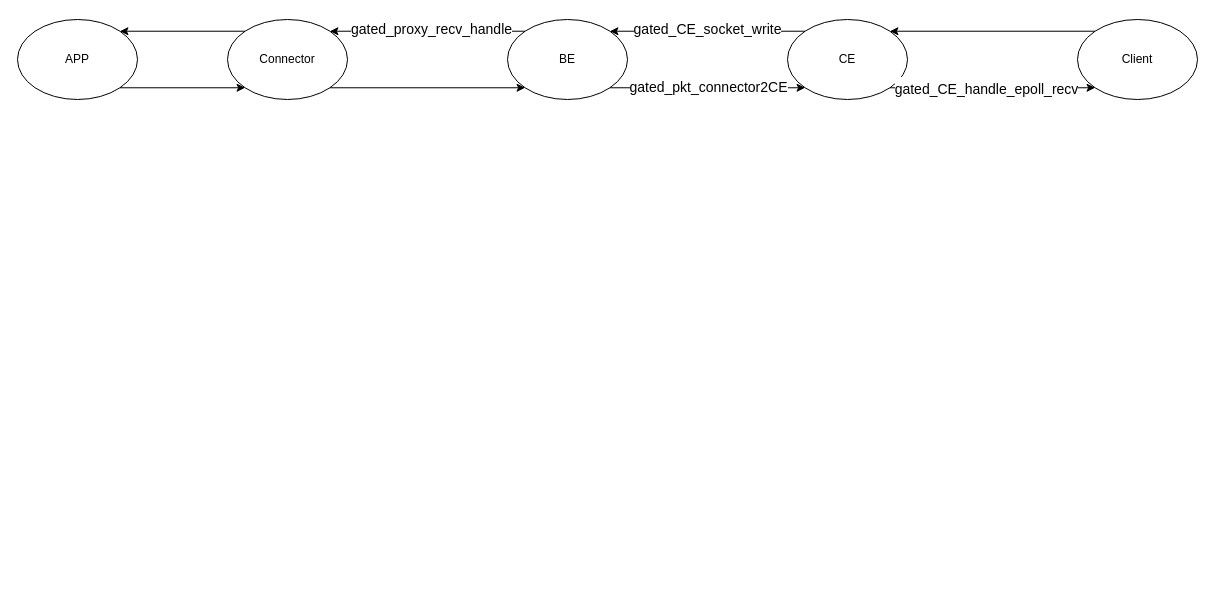
This is page "流程图" (1 of 2) of sase.drawio from jiafengjason/draw.io, a draw.io file, before an edit. Source tidied: cells renumbered, new cells numbered last; positions are measured from the earlier drawing's top-left corner, leaving out a move shared by most shapes. Both pictures are drawn from the tidied source at 100%, with x=0, y=0 at pixel (17, 19).
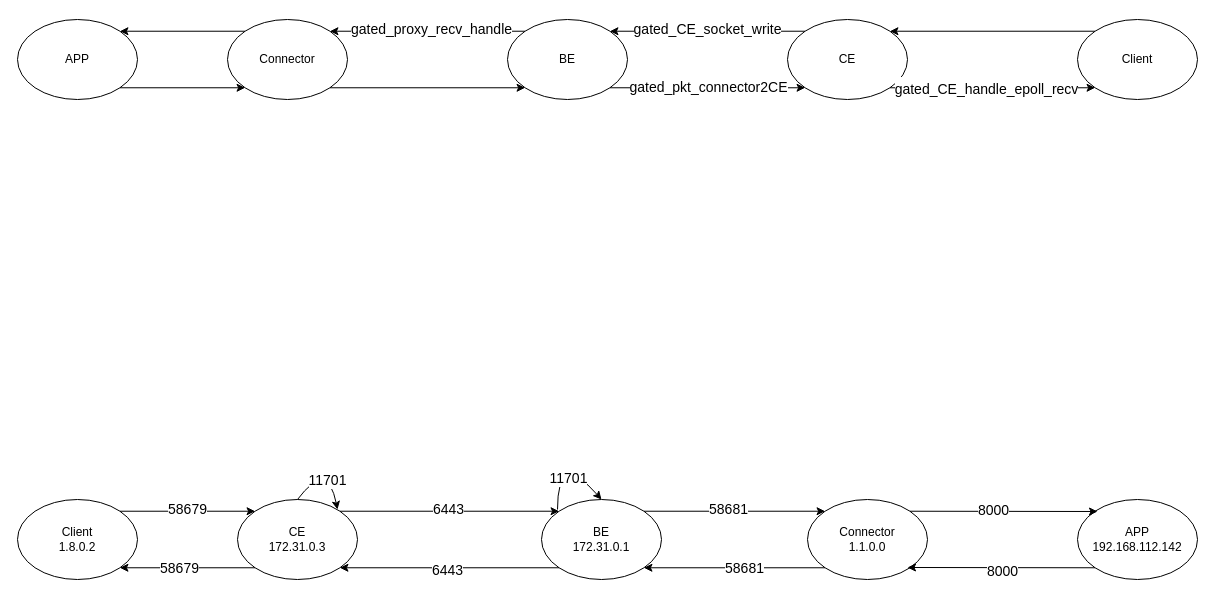
The same page after the edit.

The edit, as a diff of the source:
```diff
@@
+    <mxCell id="19" value="Connector&lt;br&gt;1.1.0.0" style="ellipse;whiteSpace=wrap;html=1;" parent="1" vertex="1">
+      <mxGeometry x="790" y="480" width="120" height="80" as="geometry" />
+    </mxCell>
+    <mxCell id="20" value="BE&lt;br&gt;172.31.0.1" style="ellipse;whiteSpace=wrap;html=1;" parent="1" vertex="1">
+      <mxGeometry x="524" y="480" width="120" height="80" as="geometry" />
+    </mxCell>
+    <mxCell id="21" value="CE&lt;br&gt;172.31.0.3" style="ellipse;whiteSpace=wrap;html=1;" parent="1" vertex="1">
+      <mxGeometry x="220" y="480" width="120" height="80" as="geometry" />
+    </mxCell>
+    <mxCell id="22" value="Client&lt;br&gt;1.8.0.2" style="ellipse;whiteSpace=wrap;html=1;" parent="1" vertex="1">
+      <mxGeometry y="480" width="120" height="80" as="geometry" />
+    </mxCell>
+    <mxCell id="23" value="APP&lt;br&gt;192.168.112.142" style="ellipse;whiteSpace=wrap;html=1;" parent="1" vertex="1">
+      <mxGeometry x="1060" y="480" width="120" height="80" as="geometry" />
+    </mxCell>
+    <mxCell id="24" style="endArrow=classic;html=1;rounded=0;exitX=1;exitY=0;exitDx=0;exitDy=0;entryX=0;entryY=0;entryDx=0;entryDy=0;" parent="1" edge="1" source="21" target="20">
+      <mxGeometry relative="1" as="geometry" />
+    </mxCell>
+    <mxCell id="25" value="&lt;div style=&quot;line-height: 1.75; font-size: 14px; text-align: left;&quot;&gt;6443&lt;/div&gt;" style="edgeLabel;html=1;align=center;verticalAlign=middle;" parent="24" vertex="1">
+      <mxGeometry x="0.22" y="-2" relative="1" as="geometry">
+        <mxPoint x="-26" y="-4" as="offset" />
+      </mxGeometry>
+    </mxCell>
+    <mxCell id="26" style="endArrow=classic;html=1;rounded=0;exitX=1;exitY=0;exitDx=0;exitDy=0;" parent="1" edge="1" source="19">
+      <mxGeometry relative="1" as="geometry">
+        <mxPoint x="1080" y="492" as="targetPoint" />
+      </mxGeometry>
+    </mxCell>
+    <mxCell id="27" value="&lt;font style=&quot;font-size: 14px;&quot;&gt;8000&lt;/font&gt;" style="edgeLabel;html=1;align=center;verticalAlign=middle;" parent="26" vertex="1">
+      <mxGeometry x="-0.11" y="1" relative="1" as="geometry" />
+    </mxCell>
+    <mxCell id="28" style="endArrow=classic;html=1;rounded=0;exitX=0;exitY=1;exitDx=0;exitDy=0;" parent="1" edge="1" source="23">
+      <mxGeometry relative="1" as="geometry">
+        <mxPoint x="890" y="548" as="targetPoint" />
+      </mxGeometry>
+    </mxCell>
+    <mxCell id="29" value="&lt;font style=&quot;font-size: 14px;&quot;&gt;8000&lt;/font&gt;" style="edgeLabel;html=1;align=center;verticalAlign=middle;" parent="28" vertex="1">
+      <mxGeometry x="-0.01" y="3" relative="1" as="geometry" />
+    </mxCell>
+    <mxCell id="30" style="endArrow=classic;html=1;rounded=0;exitX=0;exitY=1;exitDx=0;exitDy=0;entryX=1;entryY=1;entryDx=0;entryDy=0;" parent="1" edge="1" source="19" target="20">
+      <mxGeometry relative="1" as="geometry" />
+    </mxCell>
+    <mxCell id="31" value="&lt;font style=&quot;font-size: 14px;&quot;&gt;58681&lt;/font&gt;" style="edgeLabel;html=1;align=center;verticalAlign=middle;" parent="30" vertex="1">
+      <mxGeometry x="-0.11" relative="1" as="geometry" />
+    </mxCell>
+    <mxCell id="32" style="endArrow=classic;html=1;rounded=0;exitX=1;exitY=0;exitDx=0;exitDy=0;entryX=0;entryY=0;entryDx=0;entryDy=0;" parent="1" edge="1" source="22" target="21">
+      <mxGeometry relative="1" as="geometry" />
+    </mxCell>
+    <mxCell id="33" value="&lt;font style=&quot;font-size: 14px;&quot;&gt;58679&lt;/font&gt;" style="edgeLabel;html=1;align=center;verticalAlign=middle;" parent="32" vertex="1">
+      <mxGeometry x="-0.15" y="1" relative="1" as="geometry">
+        <mxPoint x="10" y="-1" as="offset" />
+      </mxGeometry>
+    </mxCell>
+    <mxCell id="34" style="endArrow=classic;html=1;rounded=0;exitX=0;exitY=1;exitDx=0;exitDy=0;entryX=1;entryY=1;entryDx=0;entryDy=0;" parent="1" edge="1" source="20" target="21">
+      <mxGeometry relative="1" as="geometry" />
+    </mxCell>
+    <mxCell id="35" value="6443" style="edgeLabel;html=1;align=center;verticalAlign=middle;fontSize=14;" parent="34" vertex="1">
+      <mxGeometry x="0.1" y="2" relative="1" as="geometry">
+        <mxPoint x="9" as="offset" />
+      </mxGeometry>
+    </mxCell>
+    <mxCell id="36" style="endArrow=classic;html=1;rounded=0;exitX=1;exitY=0;exitDx=0;exitDy=0;entryX=0;entryY=0;entryDx=0;entryDy=0;" parent="1" edge="1" source="20" target="19">
+      <mxGeometry relative="1" as="geometry" />
+    </mxCell>
+    <mxCell id="37" value="&lt;div style=&quot;line-height: 1.75; font-size: 14px; text-align: left;&quot;&gt;58681&lt;/div&gt;" style="edgeLabel;html=1;align=center;verticalAlign=middle;" parent="36" vertex="1">
+      <mxGeometry x="0.22" y="-2" relative="1" as="geometry">
+        <mxPoint x="-26" y="-4" as="offset" />
+      </mxGeometry>
+    </mxCell>
+    <mxCell id="38" style="endArrow=classic;html=1;rounded=0;exitX=0;exitY=1;exitDx=0;exitDy=0;entryX=1;entryY=1;entryDx=0;entryDy=0;" parent="1" edge="1" source="21" target="22">
+      <mxGeometry relative="1" as="geometry" />
+    </mxCell>
+    <mxCell id="39" value="&lt;font style=&quot;font-size: 14px;&quot;&gt;58679&lt;/font&gt;" style="edgeLabel;html=1;align=center;verticalAlign=middle;" parent="38" vertex="1">
+      <mxGeometry x="0.13" relative="1" as="geometry" />
+    </mxCell>
+    <mxCell id="40" style="endArrow=classic;html=1;rounded=0;entryX=0.5;entryY=0;entryDx=0;entryDy=0;curved=1;fontSize=14;" parent="1" edge="1" target="20">
+      <mxGeometry relative="1" as="geometry">
+        <mxPoint x="540" y="490" as="sourcePoint" />
+        <Array as="points">
+          <mxPoint x="540" y="430" />
+        </Array>
+      </mxGeometry>
+    </mxCell>
+    <mxCell id="41" value="11701" style="edgeLabel;html=1;align=center;verticalAlign=middle;fontSize=14;" parent="40" vertex="1">
+      <mxGeometry x="-0.49" y="-10" relative="1" as="geometry" />
+    </mxCell>
+    <mxCell id="42" style="endArrow=classic;html=1;rounded=0;exitX=0.5;exitY=0;exitDx=0;exitDy=0;curved=1;" parent="1" edge="1" source="21">
+      <mxGeometry relative="1" as="geometry">
+        <mxPoint x="320" y="490" as="targetPoint" />
+        <Array as="points">
+          <mxPoint x="310" y="440" />
+        </Array>
+      </mxGeometry>
+    </mxCell>
+    <mxCell id="43" value="11701" style="edgeLabel;html=1;align=center;verticalAlign=middle;fontSize=14;" parent="42" vertex="1">
+      <mxGeometry x="0.39" y="-5" relative="1" as="geometry" />
+    </mxCell>
```
